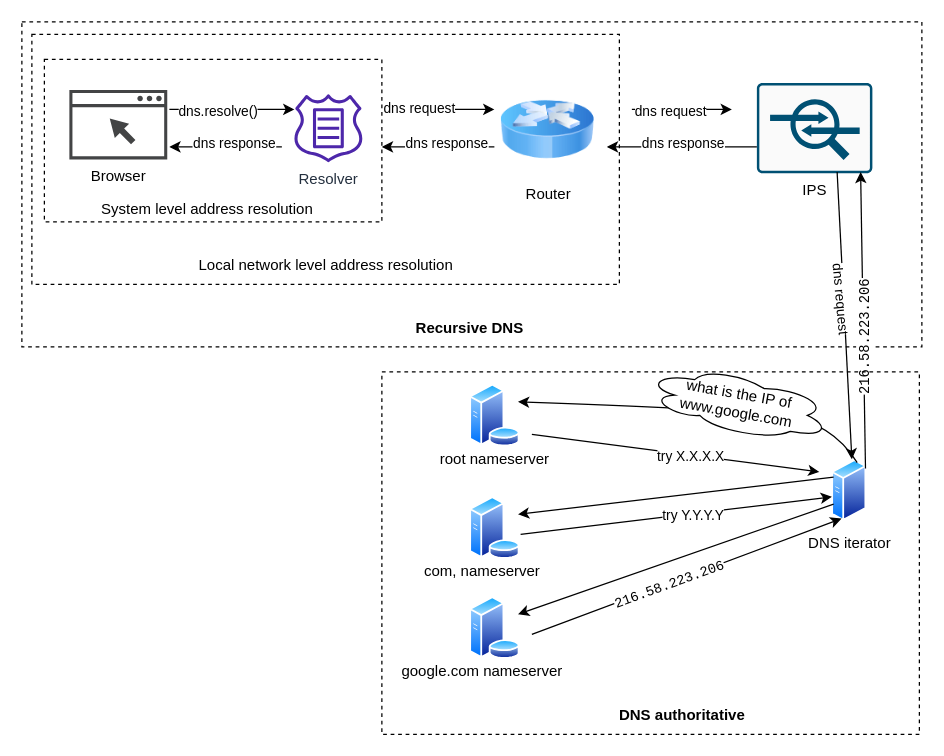
This is DNS Resolution.drawio from franckouam/alx-system_engineering-devops, a draw.io file, before an edit. Source tidied: cells renumbered, new cells numbered last; positions are measured from the earlier drawing's top-left corner, leaving out a move shared by most shapes. Both pictures are drawn from the tidied source at 125%, with x=0, y=0 at pixel (21, 21).
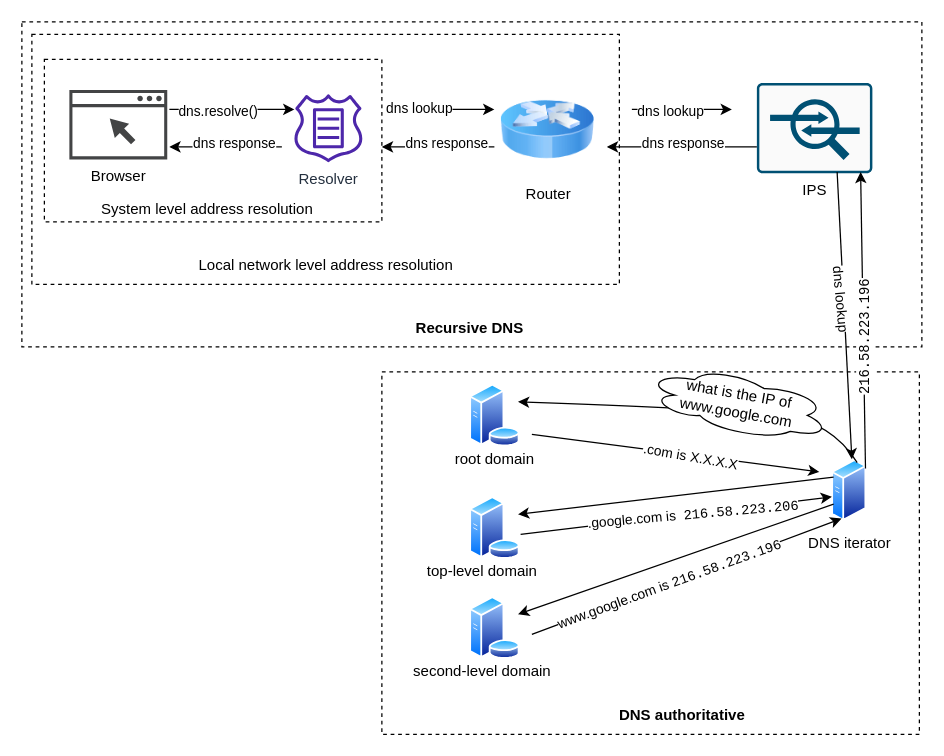
The same page after the edit.

Unchanged cells that the change refers to:
```xml
<mxCell id="8" style="endArrow=classic;html=1;rounded=0;" parent="1" edge="1">
  <mxGeometry relative="1" as="geometry">
    <mxPoint x="298" y="70" as="sourcePoint" />
    <mxPoint x="378" y="70" as="targetPoint" />
  </mxGeometry>
</mxCell>
<mxCell id="10" style="endArrow=classic;html=1;rounded=0;" parent="1" edge="1">
  <mxGeometry relative="1" as="geometry">
    <mxPoint x="488" y="70" as="sourcePoint" />
    <mxPoint x="568" y="70" as="targetPoint" />
  </mxGeometry>
</mxCell>
<mxCell id="33" style="endArrow=classic;html=1;rounded=0;" parent="1" edge="1">
  <mxGeometry relative="1" as="geometry">
    <mxPoint x="408" y="330" as="sourcePoint" />
    <mxPoint x="638" y="360" as="targetPoint" />
  </mxGeometry>
</mxCell>
<mxCell id="36" style="endArrow=classic;html=1;rounded=0;" parent="1" edge="1">
  <mxGeometry relative="1" as="geometry">
    <mxPoint x="399" y="410" as="sourcePoint" />
    <mxPoint x="648" y="380" as="targetPoint" />
  </mxGeometry>
</mxCell>
<mxCell id="39" style="endArrow=classic;html=1;rounded=0;entryX=0.25;entryY=1;entryDx=0;entryDy=0;" parent="1" edge="1" target="24">
  <mxGeometry relative="1" as="geometry">
    <mxPoint x="408" y="490" as="sourcePoint" />
  </mxGeometry>
</mxCell>
<mxCell id="41" style="endArrow=classic;html=1;rounded=0;exitX=1;exitY=0;exitDx=0;exitDy=0;" parent="1" edge="1">
  <mxGeometry relative="1" as="geometry">
    <mxPoint x="674.9" y="357.3" as="sourcePoint" />
    <mxPoint x="671" y="120" as="targetPoint" />
  </mxGeometry>
</mxCell>
<mxCell id="43" style="endArrow=classic;html=1;rounded=0;exitX=0.903;exitY=0.462;exitDx=0;exitDy=0;exitPerimeter=0;" parent="1" edge="1">
  <mxGeometry relative="1" as="geometry">
    <mxPoint x="652.2" y="120.1" as="sourcePoint" />
    <mxPoint x="664" y="350" as="targetPoint" />
  </mxGeometry>
</mxCell>
```

What changed in the source:
```diff
@@
+    <mxCell id="14" style="rounded=0;whiteSpace=wrap;html=1;dashed=1;fillColor=none;" parent="1" vertex="1">
+      <mxGeometry x="8" y="10" width="470" height="200" as="geometry" />
+    </mxCell>
+    <mxCell id="16" style="rounded=0;whiteSpace=wrap;html=1;dashed=1;fillColor=none;" parent="1" vertex="1">
+      <mxGeometry width="720" height="260" as="geometry" />
+    </mxCell>
+    <mxCell id="45" style="rounded=0;whiteSpace=wrap;html=1;fillColor=none;dashed=1;" parent="1" vertex="1">
+      <mxGeometry x="288" y="280" width="430" height="290" as="geometry" />
+    </mxCell>
@@
-    <mxCell id="9" value="dns request" style="edgeLabel;html=1;align=center;verticalAlign=middle;" parent="8" vertex="1">
+    <mxCell id="9" value="dns lookup" style="edgeLabel;html=1;align=center;verticalAlign=middle;" parent="8" vertex="1">
       <mxGeometry x="-0.53" y="2" relative="1" as="geometry" />
     </mxCell>
@@
-    <mxCell id="11" value="dns request" style="edgeLabel;html=1;align=center;verticalAlign=middle;" parent="10" vertex="1">
+    <mxCell id="11" value="dns lookup" style="edgeLabel;html=1;align=center;verticalAlign=middle;" parent="10" vertex="1">
       <mxGeometry x="-0.25" y="-1" relative="1" as="geometry" />
     </mxCell>
@@
-    <mxCell id="14" style="rounded=0;whiteSpace=wrap;html=1;dashed=1;fillColor=none;" parent="1" vertex="1">
-      <mxGeometry x="8" y="10" width="470" height="200" as="geometry" />
-    </mxCell>
@@
-    <mxCell id="16" style="rounded=0;whiteSpace=wrap;html=1;dashed=1;fillColor=none;" parent="1" vertex="1">
-      <mxGeometry width="720" height="260" as="geometry" />
-    </mxCell>
@@
-    <mxCell id="29" value="root nameserver" style="text;html=1;align=center;verticalAlign=middle;strokeColor=none;fillColor=none;" parent="1" vertex="1">
-      <mxGeometry x="323" y="335" width="110" height="30" as="geometry" />
+    <mxCell id="29" value="root domain" style="text;html=1;align=center;verticalAlign=middle;strokeColor=none;fillColor=none;" parent="1" vertex="1">
+      <mxGeometry x="333" y="335" width="90" height="30" as="geometry" />
     </mxCell>
-    <mxCell id="30" value="com, nameserver" style="text;html=1;align=center;verticalAlign=middle;strokeColor=none;fillColor=none;" parent="1" vertex="1">
-      <mxGeometry x="308" y="425" width="120" height="30" as="geometry" />
+    <mxCell id="30" value="top-level domain" style="text;html=1;align=center;verticalAlign=middle;strokeColor=none;fillColor=none;" parent="1" vertex="1">
+      <mxGeometry x="313" y="425" width="110" height="30" as="geometry" />
     </mxCell>
-    <mxCell id="31" value="google.com nameserver" style="text;html=1;align=center;verticalAlign=middle;strokeColor=none;fillColor=none;" parent="1" vertex="1">
-      <mxGeometry x="293" y="505" width="150" height="30" as="geometry" />
+    <mxCell id="31" value="second-level domain" style="text;html=1;align=center;verticalAlign=middle;strokeColor=none;fillColor=none;" parent="1" vertex="1">
+      <mxGeometry x="303" y="505" width="130" height="30" as="geometry" />
     </mxCell>
@@
-    <mxCell id="34" value="try X.X.X.X" style="edgeLabel;html=1;align=center;verticalAlign=middle;" parent="33" vertex="1">
+    <mxCell id="34" value=".com is X.X.X.X" style="edgeLabel;html=1;align=center;verticalAlign=middle;rotation=10;" parent="33" vertex="1">
       <mxGeometry x="0.1" y="-1" relative="1" as="geometry" />
     </mxCell>
@@
-    <mxCell id="37" value="try Y.Y.Y.Y" style="edgeLabel;html=1;align=center;verticalAlign=middle;" parent="36" vertex="1">
+    <mxCell id="37" value=".google.com is&amp;nbsp; &lt;span style=&quot;font-family:monospace&quot;&gt;&lt;span style=&quot;color:#000000;background-color:#ffffff;&quot;&gt;216.58.223.206&lt;/span&gt;&lt;br&gt;&lt;/span&gt;" style="edgeLabel;html=1;align=center;verticalAlign=middle;rotation=-5;" parent="36" vertex="1">
       <mxGeometry x="0.1" y="-1" relative="1" as="geometry" />
     </mxCell>
@@
-    <mxCell id="40" value="&lt;span style=&quot;font-family:monospace&quot;&gt;&lt;span style=&quot;color:#000000;background-color:#ffffff;&quot;&gt;216.58.223.206&lt;/span&gt;&lt;br&gt;&lt;/span&gt;" style="edgeLabel;html=1;align=center;verticalAlign=middle;rotation=-20;" parent="39" vertex="1">
+    <mxCell id="40" value="www.google.com is &lt;span style=&quot;font-family:monospace&quot;&gt;&lt;span style=&quot;color:#000000;background-color:#ffffff;&quot;&gt;216.58.223.196&lt;/span&gt;&lt;br&gt;&lt;/span&gt;" style="edgeLabel;html=1;align=center;verticalAlign=middle;rotation=-20;" parent="39" vertex="1">
       <mxGeometry x="-0.12" y="-1" relative="1" as="geometry" />
     </mxCell>
@@
-    <mxCell id="42" value="&lt;span style=&quot;font-family:monospace&quot;&gt;&lt;span style=&quot;color:#000000;background-color:#ffffff;&quot;&gt;216.58.223.206&lt;/span&gt;&lt;br&gt;&lt;/span&gt;" style="edgeLabel;html=1;align=center;verticalAlign=middle;rotation=-90;" parent="41" vertex="1">
+    <mxCell id="42" value="&lt;span style=&quot;font-family:monospace&quot;&gt;&lt;span style=&quot;color:#000000;background-color:#ffffff;&quot;&gt;216.58.223.196&lt;/span&gt;&lt;br&gt;&lt;/span&gt;" style="edgeLabel;html=1;align=center;verticalAlign=middle;rotation=-90;" parent="41" vertex="1">
       <mxGeometry x="-0.12" y="-1" relative="1" as="geometry" />
     </mxCell>
@@
-    <mxCell id="44" value="dns request" style="edgeLabel;html=1;align=center;verticalAlign=middle;rotation=85;" parent="43" vertex="1">
+    <mxCell id="44" value="dns lookup" style="edgeLabel;html=1;align=center;verticalAlign=middle;rotation=85;" parent="43" vertex="1">
       <mxGeometry x="-0.12" y="-1" relative="1" as="geometry" />
     </mxCell>
-    <mxCell id="45" style="rounded=0;whiteSpace=wrap;html=1;fillColor=none;dashed=1;" parent="1" vertex="1">
-      <mxGeometry x="288" y="280" width="430" height="290" as="geometry" />
-    </mxCell>
```
